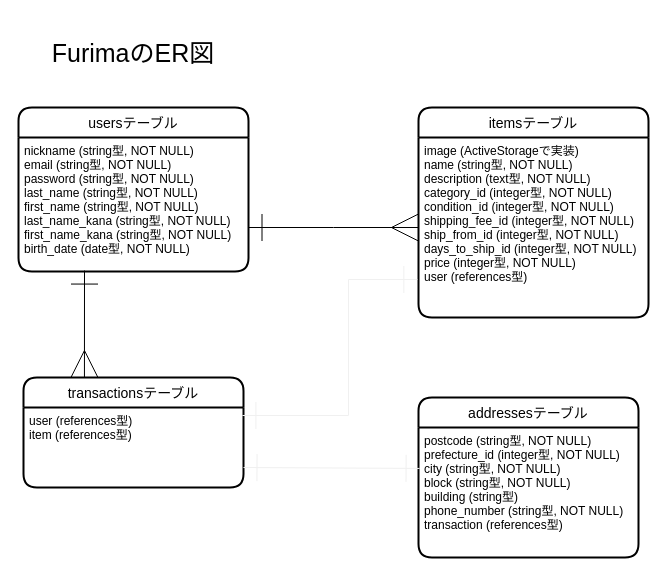
Above: test.dio in momoyama867/furima-33593 (draw.io), before the change. Source tidied: cells renumbered, new cells numbered last; positions are measured from the earlier drawing's top-left corner, leaving out a move shared by most shapes. Both pictures are drawn from the tidied source at 100%, with x=0, y=0 at pixel (18, 17).
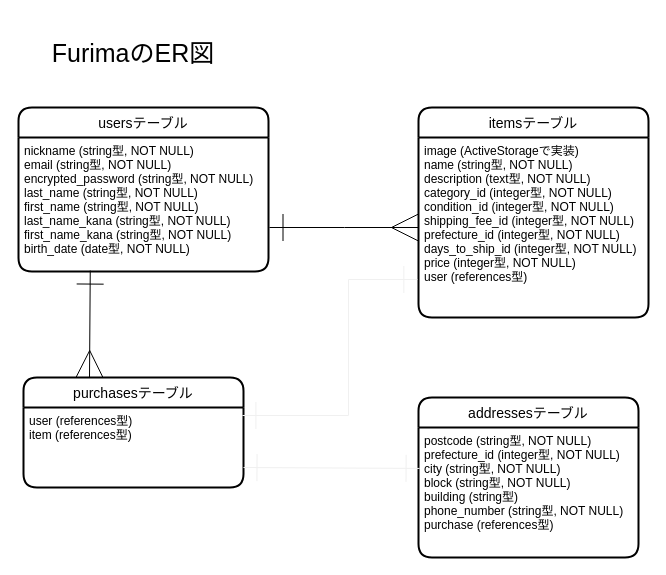
Above is the later version.

Commit message (it also covers changes not shown here):
テーブルの修正

Change to the diagram source:
```diff
@@
 <mxGraphModel>
   <root>
     <mxCell id="0" />
     <mxCell id="1" parent="0" />
     <mxCell id="2" value="usersテーブル" style="swimlane;horizontal=1;startSize=30;rounded=1;fontSize=14;fontStyle=0;strokeWidth=2;shadow=0;dashed=0;align=center;arcSize=15;" parent="1" vertex="1">
-      <mxGeometry y="90" width="230" height="164" as="geometry" />
+      <mxGeometry y="90" width="250" height="164" as="geometry" />
     </mxCell>
-    <mxCell id="3" value="nickname (string型, NOT NULL)&#10;email (string型, NOT NULL)&#10;password (string型, NOT NULL)&#10;last_name (string型, NOT NULL)&#10;first_name (string型, NOT NULL)&#10;last_name_kana (string型, NOT NULL)&#10;first_name_kana (string型, NOT NULL)&#10;birth_date (date型, NOT NULL)" style="align=left;strokeColor=none;fillColor=none;spacingLeft=4;fontSize=12;verticalAlign=top;" parent="2" vertex="1">
-      <mxGeometry y="30" width="230" height="134" as="geometry" />
+    <mxCell id="3" value="nickname (string型, NOT NULL)&#10;email (string型, NOT NULL)&#10;encrypted_password (string型, NOT NULL)&#10;last_name (string型, NOT NULL)&#10;first_name (string型, NOT NULL)&#10;last_name_kana (string型, NOT NULL)&#10;first_name_kana (string型, NOT NULL)&#10;birth_date (date型, NOT NULL)" style="align=left;strokeColor=none;fillColor=none;spacingLeft=4;fontSize=12;verticalAlign=top;" parent="2" vertex="1">
+      <mxGeometry y="30" width="250" height="134" as="geometry" />
     </mxCell>
     <mxCell id="4" value="itemsテーブル" style="swimlane;horizontal=1;startSize=30;rounded=1;fontSize=14;fontStyle=0;strokeWidth=2;shadow=0;dashed=0;align=center;" parent="1" vertex="1">
       <mxGeometry x="400" y="90" width="230" height="210" as="geometry" />
     </mxCell>
-    <mxCell id="5" value="image (ActiveStorageで実装)&#10;name (string型, NOT NULL)&#10;description (text型, NOT NULL)&#10;category_id (integer型, NOT NULL)&#10;condition_id (integer型, NOT NULL)&#10;shipping_fee_id (integer型, NOT NULL)&#10;ship_from_id (integer型, NOT NULL)&#10;days_to_ship_id (integer型, NOT NULL)&#10;price (integer型, NOT NULL)&#10;user (references型)" style="align=left;strokeColor=none;fillColor=none;spacingLeft=4;fontSize=12;verticalAlign=top;" parent="4" vertex="1">
+    <mxCell id="5" value="image (ActiveStorageで実装)&#10;name (string型, NOT NULL)&#10;description (text型, NOT NULL)&#10;category_id (integer型, NOT NULL)&#10;condition_id (integer型, NOT NULL)&#10;shipping_fee_id (integer型, NOT NULL)&#10;prefecture_id (integer型, NOT NULL)&#10;days_to_ship_id (integer型, NOT NULL)&#10;price (integer型, NOT NULL)&#10;user (references型)" style="align=left;strokeColor=none;fillColor=none;spacingLeft=4;fontSize=12;verticalAlign=top;" parent="4" vertex="1">
       <mxGeometry y="30" width="230" height="180" as="geometry" />
     </mxCell>
-    <mxCell id="6" value="transactionsテーブル" style="swimlane;horizontal=1;startSize=30;rounded=1;fontSize=14;fontStyle=0;strokeWidth=2;shadow=0;dashed=0;align=center;" parent="1" vertex="1">
+    <mxCell id="6" value="purchasesテーブル" style="swimlane;horizontal=1;startSize=30;rounded=1;fontSize=14;fontStyle=0;strokeWidth=2;shadow=0;dashed=0;align=center;" parent="1" vertex="1">
       <mxGeometry x="5" y="360" width="220" height="110" as="geometry" />
     </mxCell>
     <mxCell id="7" value="user (references型)&#10;item (references型)" style="align=left;strokeColor=none;fillColor=none;spacingLeft=4;fontSize=12;verticalAlign=top;" parent="6" vertex="1">
       <mxGeometry y="30" width="220" height="80" as="geometry" />
     </mxCell>
     <mxCell id="8" value="addressesテーブル" style="swimlane;horizontal=1;startSize=30;rounded=1;fontSize=14;fontStyle=0;strokeWidth=2;shadow=0;dashed=0;align=center;" parent="1" vertex="1">
       <mxGeometry x="400" y="380" width="220" height="160" as="geometry" />
     </mxCell>
-    <mxCell id="9" value="postcode (string型, NOT NULL)&#10;prefecture_id (integer型, NOT NULL)&#10;city (string型, NOT NULL)&#10;block (string型, NOT NULL)&#10;building (string型)&#10;phone_number (string型, NOT NULL)&#10;transaction (references型)" style="align=left;strokeColor=none;fillColor=none;spacingLeft=4;fontSize=12;verticalAlign=top;" parent="8" vertex="1">
+    <mxCell id="9" value="postcode (string型, NOT NULL)&#10;prefecture_id (integer型, NOT NULL)&#10;city (string型, NOT NULL)&#10;block (string型, NOT NULL)&#10;building (string型)&#10;phone_number (string型, NOT NULL)&#10;purchase (references型)" style="align=left;strokeColor=none;fillColor=none;spacingLeft=4;fontSize=12;verticalAlign=top;" parent="8" vertex="1">
       <mxGeometry y="30" width="220" height="130" as="geometry" />
     </mxCell>
     <mxCell id="10" style="rounded=0;jettySize=auto;html=1;endArrow=ERmany;endFill=0;startArrow=ERone;startFill=0;endSize=25;startSize=25;edgeStyle=elbowEdgeStyle;" parent="1" edge="1" target="5">
       <mxGeometry relative="1" as="geometry">
-        <mxPoint x="230" y="210" as="sourcePoint" />
+        <mxPoint x="251" y="210" as="sourcePoint" />
       </mxGeometry>
     </mxCell>
     <mxCell id="11" style="edgeStyle=elbowEdgeStyle;rounded=0;jettySize=auto;html=1;startArrow=ERone;startFill=0;startSize=25;endArrow=ERone;endFill=0;endSize=25;strokeColor=#f0f0f0;entryX=0.995;entryY=0.1;entryDx=0;entryDy=0;exitX=-0.005;exitY=0.789;exitDx=0;exitDy=0;exitPerimeter=0;entryPerimeter=0;" parent="1" edge="1" source="5" target="7">
       <mxGeometry relative="1" as="geometry">
         <Array as="points">
           <mxPoint x="330" y="330" />
           <mxPoint x="300" y="350" />
         </Array>
       </mxGeometry>
     </mxCell>
     <mxCell id="12" value="FurimaのER図" style="text;html=1;strokeColor=none;fillColor=none;align=center;verticalAlign=middle;whiteSpace=wrap;rounded=0;fontSize=25;" parent="1" vertex="1">
       <mxGeometry x="20" width="190" height="70" as="geometry" />
     </mxCell>
-    <mxCell id="13" style="rounded=0;jettySize=auto;html=1;exitX=0.287;exitY=0.993;exitDx=0;exitDy=0;entryX=0.277;entryY=0;entryDx=0;entryDy=0;startArrow=ERone;startFill=0;startSize=25;endArrow=ERmany;endFill=0;endSize=25;fontSize=25;exitPerimeter=0;elbow=vertical;entryPerimeter=0;" parent="1" edge="1" source="3" target="6">
+    <mxCell id="13" style="rounded=0;jettySize=auto;html=1;exitX=0.287;exitY=0.993;exitDx=0;exitDy=0;entryX=0.3;entryY=0;entryDx=0;entryDy=0;startArrow=ERone;startFill=0;startSize=25;endArrow=ERmany;endFill=0;endSize=25;fontSize=25;exitPerimeter=0;elbow=vertical;entryPerimeter=0;" parent="1" edge="1" source="3" target="6">
       <mxGeometry relative="1" as="geometry" />
     </mxCell>
     <mxCell id="14" style="rounded=0;jettySize=auto;html=1;exitX=1;exitY=0.75;exitDx=0;exitDy=0;entryX=0.005;entryY=0.315;entryDx=0;entryDy=0;entryPerimeter=0;startArrow=ERone;startFill=0;startSize=25;endArrow=ERone;endFill=0;endSize=25;strokeColor=#f0f0f0;fontSize=25;" parent="1" edge="1" source="7" target="9">
       <mxGeometry relative="1" as="geometry" />
     </mxCell>
   </root>
 </mxGraphModel>
```
